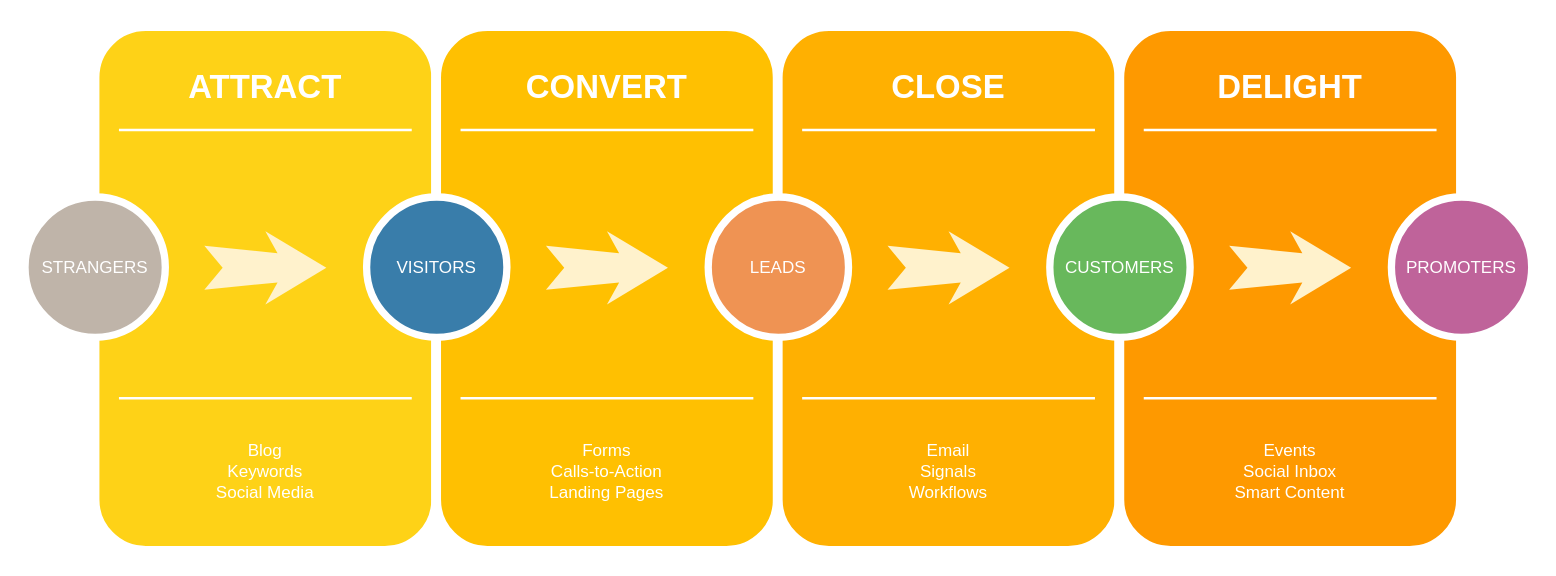
Above: Untitled Diagram.drawio in yongkangwang-tech/diagrams (draw.io), before the change. Source tidied: cells renumbered, new cells numbered last; positions are measured from the earlier drawing's top-left corner, leaving out a move shared by most shapes. Both pictures are drawn from the tidied source at 122%, with x=0, y=0 at pixel (24, 26).
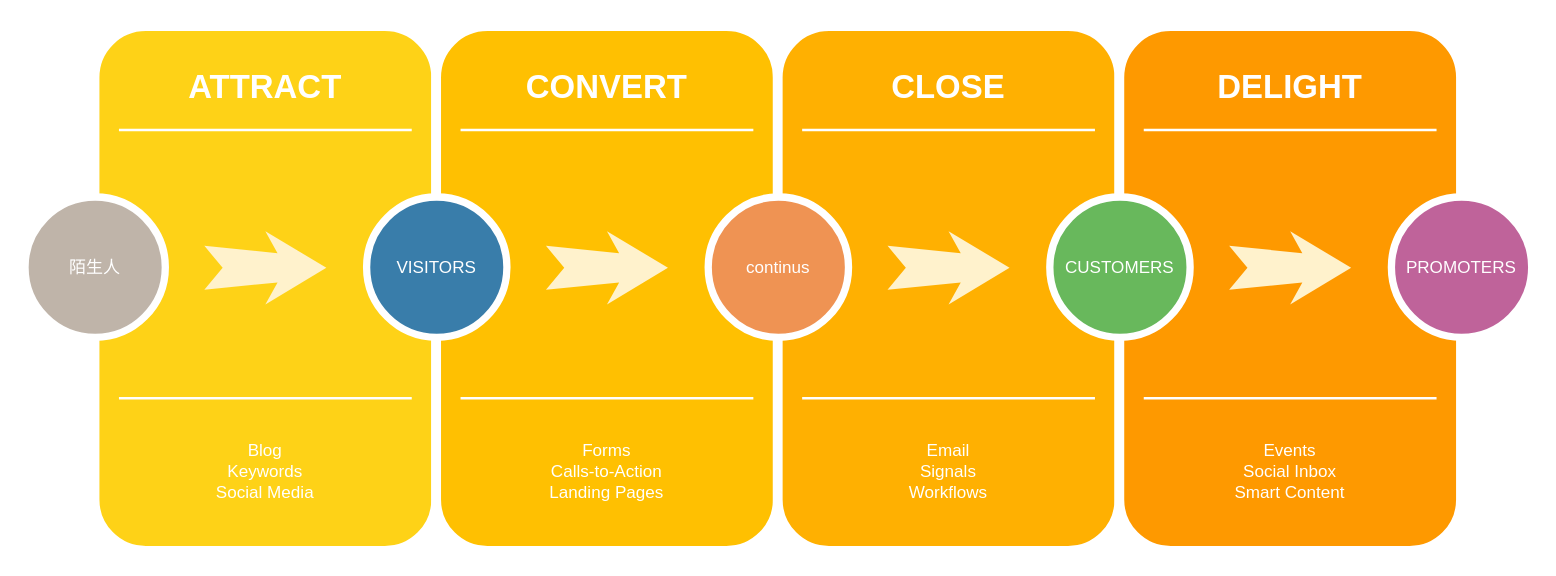
The same diagram, later.

Change to the diagram source:
```diff
@@
-    <mxCell id="7" value="STRANGERS" style="ellipse;whiteSpace=wrap;html=1;rounded=0;shadow=0;strokeWidth=6;fontSize=14;align=center;fillColor=#BFB4A9;strokeColor=#FFFFFF;fontColor=#FFFFFF;" parent="1" vertex="1">
+    <mxCell id="7" value="陌生人" style="ellipse;whiteSpace=wrap;html=1;rounded=0;shadow=0;strokeWidth=6;fontSize=14;align=center;fillColor=#BFB4A9;strokeColor=#FFFFFF;fontColor=#FFFFFF;" parent="1" vertex="1">
       <mxGeometry y="140" width="115" height="115" as="geometry" />
     </mxCell>
@@
-    <mxCell id="21" value="LEADS" style="ellipse;whiteSpace=wrap;html=1;rounded=0;shadow=0;strokeWidth=6;fontSize=14;align=center;fillColor=#EF9353;strokeColor=#FFFFFF;fontColor=#FFFFFF;" parent="1" vertex="1">
+    <mxCell id="21" value="continus&lt;br&gt;" style="ellipse;whiteSpace=wrap;html=1;rounded=0;shadow=0;strokeWidth=6;fontSize=14;align=center;fillColor=#EF9353;strokeColor=#FFFFFF;fontColor=#FFFFFF;" parent="1" vertex="1">
       <mxGeometry x="560" y="140" width="115" height="115" as="geometry" />
     </mxCell>
```
